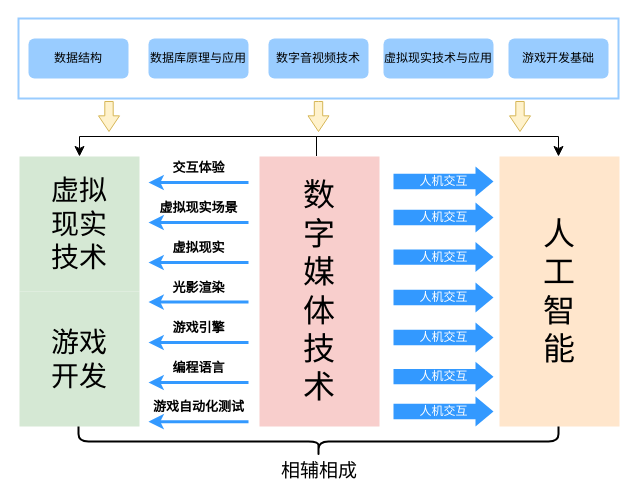
This is 课程图.drawio from xewy/qimo2, a draw.io file, before an edit. Source tidied: cells renumbered, new cells numbered last; positions are measured from the earlier drawing's top-left corner, leaving out a move shared by most shapes. Both pictures are drawn from the tidied source at 100%, with x=0, y=0 at pixel (18, 18).
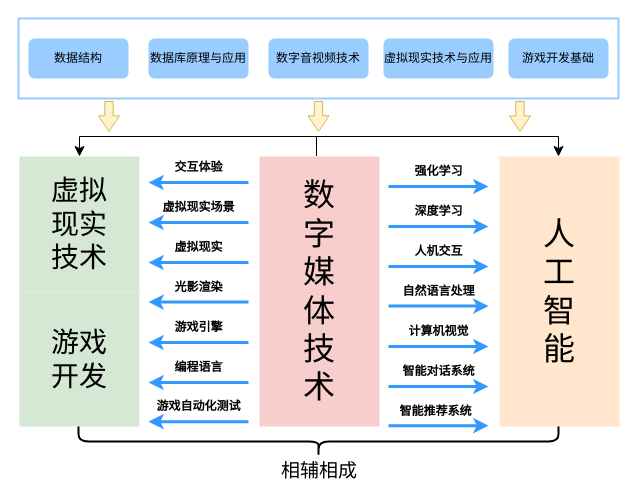
After the change.

Commit message (it also covers changes not shown here):
更新课程图.drawio

What changed in the source:
```diff
@@
-    <mxCell id="10" value="&lt;font color=&quot;#ffffff&quot;&gt;人机交互&lt;/font&gt;" style="html=1;shadow=0;dashed=0;align=center;verticalAlign=middle;shape=mxgraph.arrows2.arrow;dy=0.49;dx=18;notch=0;strokeColor=none;fillColor=#3399FF;" parent="1" vertex="1">
-      <mxGeometry x="375" y="148" width="100" height="30" as="geometry" />
-    </mxCell>
@@
-    <mxCell id="17" value="交互体验" style="text;html=1;align=center;verticalAlign=middle;strokeColor=none;fillColor=none;fontSize=13;fontStyle=1;" parent="1" vertex="1">
-      <mxGeometry x="140" y="134" width="80" height="30" as="geometry" />
+    <mxCell id="17" value="交互体验" style="text;html=1;align=center;verticalAlign=middle;strokeColor=none;fillColor=none;fontSize=12;fontStyle=1;" parent="1" vertex="1">
+      <mxGeometry x="145" y="134" width="70" height="30" as="geometry" />
     </mxCell>
@@
-    <mxCell id="20" value="虚拟现实场景" style="text;html=1;align=center;verticalAlign=middle;strokeColor=none;fillColor=none;fontSize=13;fontStyle=1;" parent="1" vertex="1">
+    <mxCell id="20" value="虚拟现实场景" style="text;html=1;align=center;verticalAlign=middle;strokeColor=none;fillColor=none;fontSize=12;fontStyle=1;" parent="1" vertex="1">
       <mxGeometry x="130" y="174" width="100" height="30" as="geometry" />
     </mxCell>
@@
-    <mxCell id="22" value="虚拟现实" style="text;html=1;align=center;verticalAlign=middle;strokeColor=none;fillColor=none;fontSize=13;fontStyle=1;" parent="1" vertex="1">
-      <mxGeometry x="140" y="214" width="80" height="30" as="geometry" />
+    <mxCell id="22" value="虚拟现实" style="text;html=1;align=center;verticalAlign=middle;strokeColor=none;fillColor=none;fontSize=12;fontStyle=1;" parent="1" vertex="1">
+      <mxGeometry x="145" y="214" width="70" height="30" as="geometry" />
     </mxCell>
@@
-    <mxCell id="24" value="光影渲染" style="text;html=1;align=center;verticalAlign=middle;strokeColor=none;fillColor=none;fontSize=13;fontStyle=1;" parent="1" vertex="1">
-      <mxGeometry x="140" y="253.6" width="80" height="30" as="geometry" />
+    <mxCell id="24" value="光影渲染" style="text;html=1;align=center;verticalAlign=middle;strokeColor=none;fillColor=none;fontSize=12;fontStyle=1;" parent="1" vertex="1">
+      <mxGeometry x="145" y="253.6" width="70" height="30" as="geometry" />
     </mxCell>
@@
-    <mxCell id="26" value="游戏引擎" style="text;html=1;align=center;verticalAlign=middle;strokeColor=none;fillColor=none;fontSize=13;fontStyle=1;" parent="1" vertex="1">
-      <mxGeometry x="140" y="294" width="80" height="30" as="geometry" />
+    <mxCell id="26" value="游戏引擎" style="text;html=1;align=center;verticalAlign=middle;strokeColor=none;fillColor=none;fontSize=12;fontStyle=1;" parent="1" vertex="1">
+      <mxGeometry x="145" y="294" width="70" height="30" as="geometry" />
     </mxCell>
@@
-    <mxCell id="28" value="编程语言" style="text;html=1;align=center;verticalAlign=middle;strokeColor=none;fillColor=none;fontSize=13;fontStyle=1;" parent="1" vertex="1">
-      <mxGeometry x="140" y="334" width="80" height="30" as="geometry" />
+    <mxCell id="28" value="编程语言" style="text;html=1;align=center;verticalAlign=middle;strokeColor=none;fillColor=none;fontSize=12;fontStyle=1;" parent="1" vertex="1">
+      <mxGeometry x="145" y="334" width="70" height="30" as="geometry" />
     </mxCell>
@@
-    <mxCell id="30" value="游戏自动化测试" style="text;html=1;align=center;verticalAlign=middle;strokeColor=none;fillColor=none;fontSize=13;fontStyle=1;" parent="1" vertex="1">
+    <mxCell id="30" value="游戏自动化测试" style="text;html=1;align=center;verticalAlign=middle;strokeColor=none;fillColor=none;fontSize=12;fontStyle=1;" parent="1" vertex="1">
       <mxGeometry x="125" y="373.2" width="110" height="30" as="geometry" />
     </mxCell>
-    <mxCell id="31" value="&lt;font color=&quot;#ffffff&quot;&gt;人机交互&lt;/font&gt;" style="html=1;shadow=0;dashed=0;align=center;verticalAlign=middle;shape=mxgraph.arrows2.arrow;dy=0.49;dx=18;notch=0;strokeColor=none;fillColor=#3399FF;" parent="1" vertex="1">
-      <mxGeometry x="375" y="184" width="100" height="30" as="geometry" />
-    </mxCell>
-    <mxCell id="32" value="&lt;font color=&quot;#ffffff&quot;&gt;人机交互&lt;/font&gt;" style="html=1;shadow=0;dashed=0;align=center;verticalAlign=middle;shape=mxgraph.arrows2.arrow;dy=0.49;dx=18;notch=0;strokeColor=none;fillColor=#3399FF;" parent="1" vertex="1">
-      <mxGeometry x="375" y="223.6" width="100" height="30" as="geometry" />
-    </mxCell>
-    <mxCell id="33" value="&lt;font color=&quot;#ffffff&quot;&gt;人机交互&lt;/font&gt;" style="html=1;shadow=0;dashed=0;align=center;verticalAlign=middle;shape=mxgraph.arrows2.arrow;dy=0.49;dx=18;notch=0;strokeColor=none;fillColor=#3399FF;" parent="1" vertex="1">
-      <mxGeometry x="375" y="264" width="100" height="30" as="geometry" />
-    </mxCell>
-    <mxCell id="34" value="&lt;font color=&quot;#ffffff&quot;&gt;人机交互&lt;/font&gt;" style="html=1;shadow=0;dashed=0;align=center;verticalAlign=middle;shape=mxgraph.arrows2.arrow;dy=0.49;dx=18;notch=0;strokeColor=none;fillColor=#3399FF;" parent="1" vertex="1">
-      <mxGeometry x="375" y="304" width="100" height="30" as="geometry" />
-    </mxCell>
-    <mxCell id="35" value="&lt;font color=&quot;#ffffff&quot;&gt;人机交互&lt;/font&gt;" style="html=1;shadow=0;dashed=0;align=center;verticalAlign=middle;shape=mxgraph.arrows2.arrow;dy=0.49;dx=18;notch=0;strokeColor=none;fillColor=#3399FF;" parent="1" vertex="1">
-      <mxGeometry x="375" y="343.2" width="100" height="30" as="geometry" />
-    </mxCell>
-    <mxCell id="36" value="&lt;font color=&quot;#ffffff&quot;&gt;人机交互&lt;/font&gt;" style="html=1;shadow=0;dashed=0;align=center;verticalAlign=middle;shape=mxgraph.arrows2.arrow;dy=0.49;dx=18;notch=0;strokeColor=none;fillColor=#3399FF;" parent="1" vertex="1">
-      <mxGeometry x="375" y="378" width="100" height="30" as="geometry" />
-    </mxCell>
@@
+    <mxCell id="40" style="endArrow=classic;html=1;rounded=0;strokeWidth=3;strokeColor=#3399FF;" parent="1" edge="1">
+      <mxGeometry relative="1" as="geometry">
+        <mxPoint x="370" y="168" as="sourcePoint" />
+        <mxPoint x="470" y="168" as="targetPoint" />
+      </mxGeometry>
+    </mxCell>
+    <mxCell id="41" value="强化学习" style="text;html=1;align=center;verticalAlign=middle;strokeColor=none;fillColor=none;fontSize=12;fontStyle=1;" parent="1" vertex="1">
+      <mxGeometry x="385" y="138" width="70" height="30" as="geometry" />
+    </mxCell>
+    <mxCell id="42" style="endArrow=classic;html=1;rounded=0;strokeWidth=3;strokeColor=#3399FF;" parent="1" edge="1">
+      <mxGeometry relative="1" as="geometry">
+        <mxPoint x="370" y="208" as="sourcePoint" />
+        <mxPoint x="470" y="208" as="targetPoint" />
+      </mxGeometry>
+    </mxCell>
+    <mxCell id="43" value="深度学习" style="text;html=1;align=center;verticalAlign=middle;strokeColor=none;fillColor=none;fontSize=12;fontStyle=1;" parent="1" vertex="1">
+      <mxGeometry x="385" y="178" width="70" height="30" as="geometry" />
+    </mxCell>
+    <mxCell id="44" style="endArrow=classic;html=1;rounded=0;strokeWidth=3;strokeColor=#3399FF;" parent="1" edge="1">
+      <mxGeometry relative="1" as="geometry">
+        <mxPoint x="370" y="248" as="sourcePoint" />
+        <mxPoint x="470" y="248" as="targetPoint" />
+      </mxGeometry>
+    </mxCell>
+    <mxCell id="45" value="人机交互" style="text;html=1;align=center;verticalAlign=middle;strokeColor=none;fillColor=none;fontSize=12;fontStyle=1;" parent="1" vertex="1">
+      <mxGeometry x="385" y="218" width="70" height="30" as="geometry" />
+    </mxCell>
+    <mxCell id="46" style="endArrow=classic;html=1;rounded=0;strokeWidth=3;strokeColor=#3399FF;" parent="1" edge="1">
+      <mxGeometry relative="1" as="geometry">
+        <mxPoint x="370" y="287.6" as="sourcePoint" />
+        <mxPoint x="470" y="287.6" as="targetPoint" />
+      </mxGeometry>
+    </mxCell>
+    <mxCell id="47" value="自然语言处理" style="text;html=1;align=center;verticalAlign=middle;strokeColor=none;fillColor=none;fontSize=12;fontStyle=1;" parent="1" vertex="1">
+      <mxGeometry x="370" y="257.6" width="100" height="30" as="geometry" />
+    </mxCell>
+    <mxCell id="48" style="endArrow=classic;html=1;rounded=0;strokeWidth=3;strokeColor=#3399FF;" parent="1" edge="1">
+      <mxGeometry relative="1" as="geometry">
+        <mxPoint x="370" y="328" as="sourcePoint" />
+        <mxPoint x="470" y="328" as="targetPoint" />
+      </mxGeometry>
+    </mxCell>
+    <mxCell id="49" value="计算机视觉" style="text;html=1;align=center;verticalAlign=middle;strokeColor=none;fillColor=none;fontSize=12;fontStyle=1;" parent="1" vertex="1">
+      <mxGeometry x="380" y="298" width="80" height="30" as="geometry" />
+    </mxCell>
+    <mxCell id="50" style="endArrow=classic;html=1;rounded=0;strokeWidth=3;strokeColor=#3399FF;" parent="1" edge="1">
+      <mxGeometry relative="1" as="geometry">
+        <mxPoint x="370" y="368" as="sourcePoint" />
+        <mxPoint x="470" y="368" as="targetPoint" />
+      </mxGeometry>
+    </mxCell>
+    <mxCell id="51" value="智能对话系统" style="text;html=1;align=center;verticalAlign=middle;strokeColor=none;fillColor=none;fontSize=12;fontStyle=1;" parent="1" vertex="1">
+      <mxGeometry x="370" y="338" width="100" height="30" as="geometry" />
+    </mxCell>
+    <mxCell id="52" style="endArrow=classic;html=1;rounded=0;strokeWidth=3;strokeColor=#3399FF;" parent="1" edge="1">
+      <mxGeometry relative="1" as="geometry">
+        <mxPoint x="370" y="407.2" as="sourcePoint" />
+        <mxPoint x="470" y="407.2" as="targetPoint" />
+      </mxGeometry>
+    </mxCell>
+    <mxCell id="53" value="智能推荐系统" style="text;html=1;align=center;verticalAlign=middle;strokeColor=none;fillColor=none;fontSize=12;fontStyle=1;" parent="1" vertex="1">
+      <mxGeometry x="367" y="378" width="100" height="30" as="geometry" />
+    </mxCell>
```
